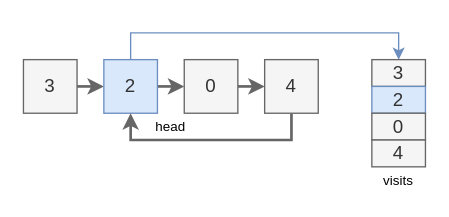
This is page "1_3" (3 of 5) of docs/problems101_200/linked-list-cycle.drawio from hanggrian/grind-leetcode, a draw.io file, before an edit. Source tidied: cells renumbered, new cells numbered last; positions are measured from the earlier drawing's top-left corner, leaving out a move shared by most shapes. Both pictures are drawn from the tidied source at 134%, with x=0, y=0 at pixel (23, 32).
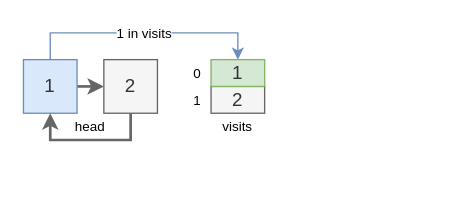
After the change.

Change to the diagram source:
```diff
@@
 <mxGraphModel>
   <root>
-    <mxCell id="0" />
-    <mxCell id="1" parent="0" />
-    <mxCell id="2" style="edgeStyle=orthogonalEdgeStyle;rounded=0;jettySize=auto;html=1;exitX=1;exitY=0.5;exitDx=0;exitDy=0;entryX=0;entryY=0.5;entryDx=0;entryDy=0;fillColor=#f5f5f5;strokeColor=#666666;strokeWidth=2;" parent="1" edge="1" source="3" target="6">
-      <mxGeometry relative="1" as="geometry" />
-    </mxCell>
-    <mxCell id="3" value="3" style="text;html=1;align=center;verticalAlign=middle;whiteSpace=wrap;rounded=0;fillColor=#f5f5f5;strokeColor=#666666;fontSize=14;fontColor=#333333;" parent="1" vertex="1">
-      <mxGeometry y="20" width="40" height="40" as="geometry" />
-    </mxCell>
-    <mxCell id="4" style="edgeStyle=orthogonalEdgeStyle;rounded=0;jettySize=auto;html=1;exitX=1;exitY=0.5;exitDx=0;exitDy=0;entryX=0;entryY=0.5;entryDx=0;entryDy=0;fillColor=#f5f5f5;strokeColor=#666666;strokeWidth=2;" parent="1" edge="1" source="6" target="8">
-      <mxGeometry relative="1" as="geometry" />
-    </mxCell>
-    <mxCell id="5" style="edgeStyle=orthogonalEdgeStyle;rounded=0;jettySize=auto;html=1;exitX=0.5;exitY=0;exitDx=0;exitDy=0;entryX=0.5;entryY=0;entryDx=0;entryDy=0;fillColor=#dae8fc;strokeColor=#6c8ebf;" parent="1" edge="1" source="6" target="12">
-      <mxGeometry relative="1" as="geometry">
-        <Array as="points">
-          <mxPoint x="100" />
-          <mxPoint x="340" />
-        </Array>
-      </mxGeometry>
-    </mxCell>
-    <mxCell id="6" value="2" style="text;html=1;align=center;verticalAlign=middle;whiteSpace=wrap;rounded=0;fillColor=#dae8fc;strokeColor=#6c8ebf;fontSize=14;fontStyle=0;fontColor=#333333;" parent="1" vertex="1">
-      <mxGeometry x="60" y="20" width="40" height="40" as="geometry" />
-    </mxCell>
-    <mxCell id="7" style="edgeStyle=orthogonalEdgeStyle;rounded=0;jettySize=auto;html=1;exitX=1;exitY=0.5;exitDx=0;exitDy=0;entryX=0;entryY=0.5;entryDx=0;entryDy=0;fillColor=#f5f5f5;strokeColor=#666666;strokeWidth=2;" parent="1" edge="1" source="8" target="10">
-      <mxGeometry relative="1" as="geometry" />
-    </mxCell>
-    <mxCell id="8" value="0" style="text;html=1;align=center;verticalAlign=middle;whiteSpace=wrap;rounded=0;fillColor=#f5f5f5;strokeColor=#666666;fontSize=14;fontColor=#333333;" parent="1" vertex="1">
-      <mxGeometry x="120" y="20" width="40" height="40" as="geometry" />
-    </mxCell>
-    <mxCell id="9" style="edgeStyle=orthogonalEdgeStyle;rounded=0;jettySize=auto;html=1;exitX=0.5;exitY=1;exitDx=0;exitDy=0;entryX=0.5;entryY=1;entryDx=0;entryDy=0;strokeWidth=2;fillColor=#f5f5f5;strokeColor=#666666;" parent="1" edge="1" source="10" target="6">
-      <mxGeometry relative="1" as="geometry" />
-    </mxCell>
-    <mxCell id="10" value="4" style="text;html=1;align=center;verticalAlign=middle;whiteSpace=wrap;rounded=0;fillColor=#f5f5f5;strokeColor=#666666;fontSize=14;fontColor=#333333;" parent="1" vertex="1">
-      <mxGeometry x="180" y="20" width="40" height="40" as="geometry" />
-    </mxCell>
+    <mxCell id="17" />
+    <mxCell id="18" parent="17" />
+    <mxCell id="19" style="edgeStyle=orthogonalEdgeStyle;rounded=0;jettySize=auto;html=1;exitX=1;exitY=0.5;exitDx=0;exitDy=0;entryX=0;entryY=0.5;entryDx=0;entryDy=0;fillColor=#f5f5f5;strokeColor=#666666;strokeWidth=2;" parent="18" edge="1" source="21" target="22">
+      <mxGeometry relative="1" as="geometry" />
+    </mxCell>
+    <mxCell id="20" value="&lt;font style=&quot;font-size: 10px;&quot;&gt;1 in visits&lt;/font&gt;" style="edgeStyle=orthogonalEdgeStyle;rounded=0;jettySize=auto;html=1;exitX=0.5;exitY=0;exitDx=0;exitDy=0;fillColor=#dae8fc;strokeColor=#6c8ebf;entryX=0.5;entryY=0;entryDx=0;entryDy=0;" parent="18" edge="1" source="21" target="26">
+      <mxGeometry relative="1" as="geometry">
+        <Array as="points">
+          <mxPoint x="20" />
+          <mxPoint x="160" />
+        </Array>
+      </mxGeometry>
+    </mxCell>
+    <mxCell id="21" value="1" style="text;html=1;align=center;verticalAlign=middle;whiteSpace=wrap;rounded=0;fillColor=#dae8fc;strokeColor=#6c8ebf;fontSize=14;fontColor=#333333;" parent="18" vertex="1">
+      <mxGeometry y="20" width="40" height="40" as="geometry" />
+    </mxCell>
+    <mxCell id="22" value="2" style="text;html=1;align=center;verticalAlign=middle;whiteSpace=wrap;rounded=0;fillColor=#f5f5f5;strokeColor=#666666;fontSize=14;fontColor=#333333;" parent="18" vertex="1">
+      <mxGeometry x="60" y="20" width="40" height="40" as="geometry" />
+    </mxCell>
+    <mxCell id="23" style="edgeStyle=orthogonalEdgeStyle;rounded=0;jettySize=auto;html=1;exitX=0.5;exitY=1;exitDx=0;exitDy=0;entryX=0.5;entryY=1;entryDx=0;entryDy=0;strokeWidth=2;fillColor=#f5f5f5;strokeColor=#666666;" parent="18" edge="1" source="22" target="21">
+      <mxGeometry relative="1" as="geometry" />
+    </mxCell>
-    <mxCell id="11" value="head" style="text;html=1;align=center;verticalAlign=middle;whiteSpace=wrap;rounded=0;fontSize=10;" parent="1" vertex="1">
-      <mxGeometry y="60" width="220" height="20" as="geometry" />
+    <mxCell id="11" value="head" style="text;html=1;align=center;verticalAlign=middle;whiteSpace=wrap;rounded=0;fontSize=10;" parent="18" vertex="1">
+      <mxGeometry y="60" width="100" height="20" as="geometry" />
     </mxCell>
-    <mxCell id="12" value="3" style="text;html=1;align=center;verticalAlign=middle;whiteSpace=wrap;rounded=0;fillColor=#f5f5f5;strokeColor=#666666;fontSize=14;fontColor=#333333;" parent="1" vertex="1">
-      <mxGeometry x="260" y="20" width="40" height="20" as="geometry" />
-    </mxCell>
-    <mxCell id="13" value="2" style="text;html=1;align=center;verticalAlign=middle;whiteSpace=wrap;rounded=0;fillColor=#dae8fc;strokeColor=#6c8ebf;fontSize=14;fontStyle=0;fontColor=#333333;" parent="1" vertex="1">
-      <mxGeometry x="260" y="40" width="40" height="20" as="geometry" />
-    </mxCell>
-    <mxCell id="14" value="0" style="text;html=1;align=center;verticalAlign=middle;whiteSpace=wrap;rounded=0;fillColor=#f5f5f5;strokeColor=#666666;fontSize=14;fontColor=#333333;" parent="1" vertex="1">
-      <mxGeometry x="260" y="60" width="40" height="20" as="geometry" />
-    </mxCell>
+    <mxCell id="24" value="2" style="text;html=1;align=center;verticalAlign=middle;whiteSpace=wrap;rounded=0;fillColor=#f5f5f5;strokeColor=#666666;fontSize=14;fontColor=#333333;" parent="18" vertex="1">
+      <mxGeometry x="140" y="40" width="40" height="20" as="geometry" />
+    </mxCell>
-    <mxCell id="15" value="visits" style="text;html=1;align=center;verticalAlign=middle;whiteSpace=wrap;rounded=0;fontSize=10;" parent="1" vertex="1">
-      <mxGeometry x="260" y="100" width="40" height="20" as="geometry" />
+    <mxCell id="15" value="visits" style="text;html=1;align=center;verticalAlign=middle;whiteSpace=wrap;rounded=0;fontSize=10;" parent="18" vertex="1">
+      <mxGeometry x="140" y="60" width="40" height="20" as="geometry" />
     </mxCell>
-    <mxCell id="16" value="4" style="text;html=1;align=center;verticalAlign=middle;whiteSpace=wrap;rounded=0;fillColor=#f5f5f5;strokeColor=#666666;fontSize=14;fontColor=#333333;" parent="1" vertex="1">
-      <mxGeometry x="260" y="80" width="40" height="20" as="geometry" />
-    </mxCell>
+    <mxCell id="25" value="0" style="text;html=1;align=center;verticalAlign=middle;whiteSpace=wrap;rounded=0;fontSize=10;" parent="18" vertex="1">
+      <mxGeometry x="120" y="20" width="20" height="20" as="geometry" />
+    </mxCell>
+    <mxCell id="26" value="1" style="text;html=1;align=center;verticalAlign=middle;whiteSpace=wrap;rounded=0;fillColor=#d5e8d4;strokeColor=#82b366;fontSize=14;fontColor=#333333;" parent="18" vertex="1">
+      <mxGeometry x="140" y="20" width="40" height="20" as="geometry" />
+    </mxCell>
+    <mxCell id="27" value="1" style="text;html=1;align=center;verticalAlign=middle;whiteSpace=wrap;rounded=0;fontSize=10;" parent="18" vertex="1">
+      <mxGeometry x="120" y="40" width="20" height="20" as="geometry" />
+    </mxCell>
   </root>
 </mxGraphModel>
```
